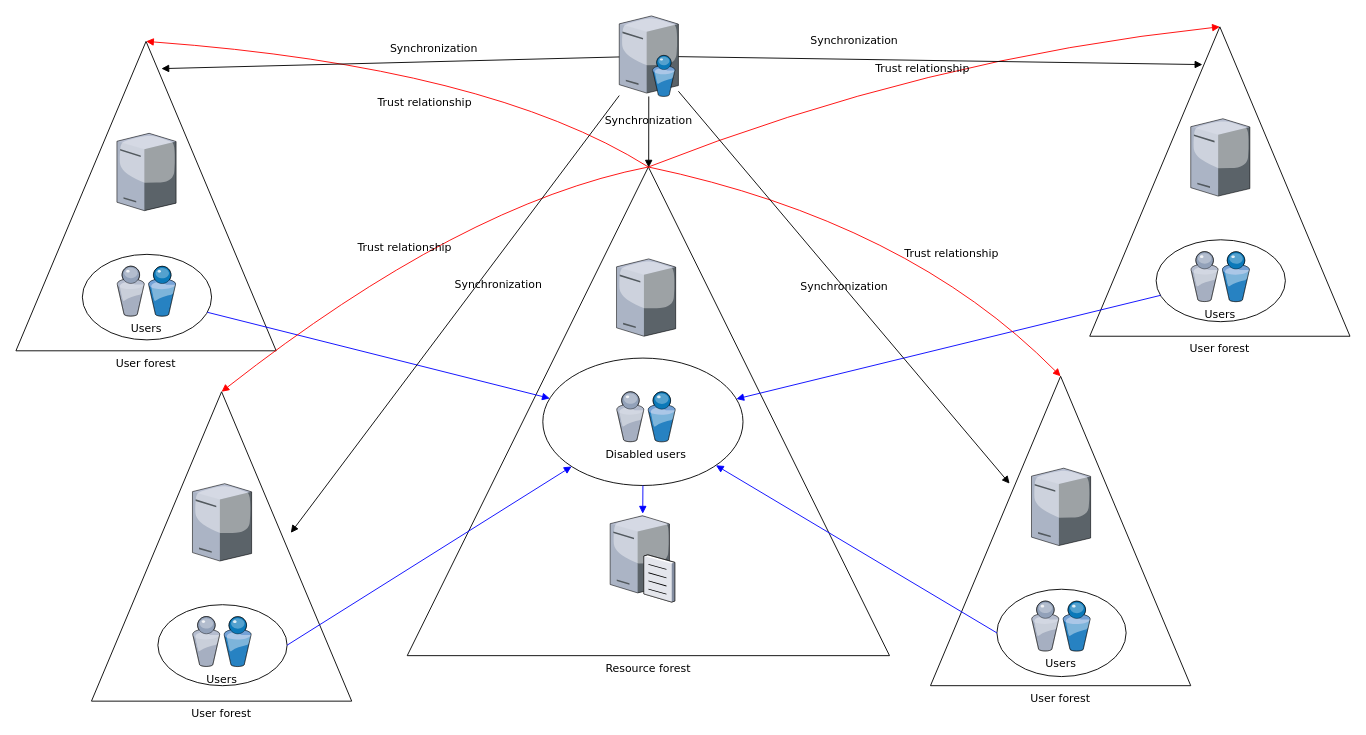
This is Untitled Diagram.drawio from Wang007X/draw, a draw.io file, before an edit. Source tidied: cells renumbered, new cells numbered last; positions are measured from the earlier drawing's top-left corner, leaving out a move shared by most shapes. Both pictures are drawn from the tidied source at 91%, with x=0, y=0 at pixel (15, 15).
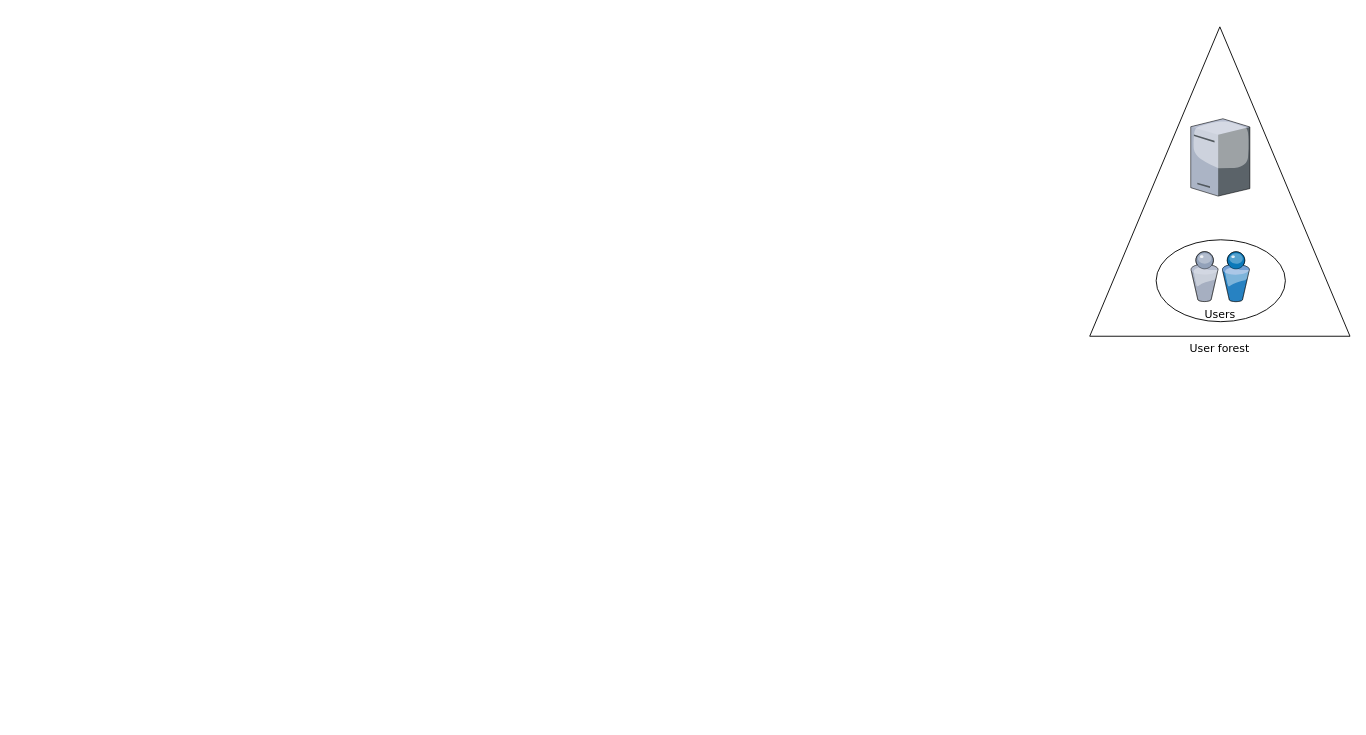
The same page after the edit.

The change refers to these unchanged cells:
```xml
<mxCell id="12" value="User forest" style="triangle;whiteSpace=wrap;html=1;rounded=0;shadow=0;comic=0;strokeWidth=1;fontFamily=Verdana;direction=north;labelPosition=center;verticalLabelPosition=bottom;align=center;verticalAlign=top;" parent="1" vertex="1">
  <mxGeometry x="1180" y="12" width="286" height="340" as="geometry" />
</mxCell>
<mxCell id="13" style="ellipse;whiteSpace=wrap;html=1;rounded=0;shadow=0;comic=0;strokeWidth=1;fontFamily=Verdana;" parent="1" vertex="1">
  <mxGeometry x="1253" y="246" width="142" height="90" as="geometry" />
</mxCell>
```

The edit, as a diff of the source:
```diff
@@
-    <mxCell id="2" value="Resource forest" style="triangle;whiteSpace=wrap;html=1;rounded=0;shadow=0;comic=0;strokeWidth=1;fontFamily=Verdana;direction=north;labelPosition=center;verticalLabelPosition=bottom;align=center;verticalAlign=top;" parent="1" vertex="1">
-      <mxGeometry x="430" y="166" width="530" height="537" as="geometry" />
-    </mxCell>
-    <mxCell id="3" value="User forest" style="triangle;whiteSpace=wrap;html=1;rounded=0;shadow=0;comic=0;strokeWidth=1;fontFamily=Verdana;direction=north;labelPosition=center;verticalLabelPosition=bottom;align=center;verticalAlign=top;" parent="1" vertex="1">
-      <mxGeometry y="28" width="286" height="340" as="geometry" />
-    </mxCell>
-    <mxCell id="4" style="ellipse;whiteSpace=wrap;html=1;rounded=0;shadow=0;comic=0;strokeWidth=1;fontFamily=Verdana;" parent="1" vertex="1">
-      <mxGeometry x="73" y="262" width="142" height="94" as="geometry" />
-    </mxCell>
-    <mxCell id="5" style="verticalLabelPosition=bottom;html=1;verticalAlign=top;strokeColor=none;shape=mxgraph.citrix.directory_server;rounded=0;shadow=0;comic=0;fontFamily=Verdana;" parent="1" vertex="1">
-      <mxGeometry x="663" width="65" height="88.5" as="geometry" />
-    </mxCell>
-    <mxCell id="6" style="verticalLabelPosition=bottom;html=1;verticalAlign=top;strokeColor=none;shape=mxgraph.citrix.file_server;rounded=0;shadow=0;comic=0;fontFamily=Verdana;" parent="1" vertex="1">
-      <mxGeometry x="653" y="547" width="71" height="97" as="geometry" />
-    </mxCell>
-    <mxCell id="7" value="Users" style="verticalLabelPosition=bottom;html=1;verticalAlign=top;strokeColor=none;shape=mxgraph.citrix.users;rounded=0;shadow=0;comic=0;fontFamily=Verdana;" parent="1" vertex="1">
-      <mxGeometry x="111" y="275" width="64.5" height="55" as="geometry" />
-    </mxCell>
-    <mxCell id="8" style="verticalLabelPosition=bottom;html=1;verticalAlign=top;strokeColor=none;shape=mxgraph.citrix.tower_server;rounded=0;shadow=0;comic=0;fontFamily=Verdana;" parent="1" vertex="1">
-      <mxGeometry x="111" y="129" width="65" height="85" as="geometry" />
-    </mxCell>
-    <mxCell id="9" style="ellipse;whiteSpace=wrap;html=1;rounded=0;shadow=0;comic=0;strokeWidth=1;fontFamily=Verdana;" parent="1" vertex="1">
-      <mxGeometry x="579" y="376" width="220" height="140" as="geometry" />
-    </mxCell>
-    <mxCell id="10" value="Disabled users" style="verticalLabelPosition=bottom;html=1;verticalAlign=top;strokeColor=none;shape=mxgraph.citrix.users;rounded=0;shadow=0;comic=0;fontFamily=Verdana;" parent="1" vertex="1">
-      <mxGeometry x="660" y="413" width="64.5" height="55" as="geometry" />
-    </mxCell>
-    <mxCell id="11" style="verticalLabelPosition=bottom;html=1;verticalAlign=top;strokeColor=none;shape=mxgraph.citrix.tower_server;rounded=0;shadow=0;comic=0;fontFamily=Verdana;" parent="1" vertex="1">
-      <mxGeometry x="660" y="267" width="65" height="85" as="geometry" />
-    </mxCell>
@@
-    <mxCell id="16" style="rounded=0;html=1;labelBackgroundColor=none;startArrow=none;startFill=0;endArrow=block;endFill=1;strokeColor=#0000FF;strokeWidth=1;fontFamily=Verdana;fontSize=12;" parent="1" edge="1" source="13" target="9">
-      <mxGeometry relative="1" as="geometry" />
-    </mxCell>
-    <mxCell id="17" style="rounded=0;html=1;labelBackgroundColor=none;startArrow=none;startFill=0;endArrow=block;endFill=1;strokeColor=#0000FF;strokeWidth=1;fontFamily=Verdana;fontSize=12;" parent="1" edge="1" source="4" target="9">
-      <mxGeometry relative="1" as="geometry" />
-    </mxCell>
-    <mxCell id="18" style="edgeStyle=none;rounded=0;html=1;exitX=0.5;exitY=1;labelBackgroundColor=none;startArrow=none;startFill=0;endArrow=block;endFill=1;strokeColor=#0000FF;strokeWidth=1;fontFamily=Verdana;fontSize=12;fontColor=#000000;" parent="1" edge="1" source="9" target="6">
-      <mxGeometry relative="1" as="geometry" />
-    </mxCell>
-    <mxCell id="19" value="Trust relationship" style="html=1;labelBackgroundColor=none;startArrow=none;startFill=0;endArrow=block;endFill=1;strokeColor=#FF0000;strokeWidth=1;fontFamily=Verdana;fontSize=12;entryX=1;entryY=0.5;curved=1;" parent="1" edge="1" target="12">
-      <mxGeometry x="-0.02" y="-10" relative="1" as="geometry">
-        <mxPoint x="695" y="166" as="sourcePoint" />
-        <Array as="points">
-          <mxPoint x="1000" y="46" />
-        </Array>
-      </mxGeometry>
-    </mxCell>
-    <mxCell id="20" value="Trust relationship" style="html=1;entryX=1;entryY=0.5;labelBackgroundColor=none;startArrow=none;startFill=0;endArrow=block;endFill=1;strokeColor=#FF0000;strokeWidth=1;fontFamily=Verdana;fontSize=12;curved=1;" parent="1" edge="1" target="3">
-      <mxGeometry x="-0.06" y="45" relative="1" as="geometry">
-        <mxPoint x="695" y="166" as="sourcePoint" />
-        <Array as="points">
-          <mxPoint x="520" y="56" />
-        </Array>
-      </mxGeometry>
-    </mxCell>
-    <mxCell id="21" value="Synchronization" style="rounded=0;html=1;entryX=0.878;entryY=0.433;entryPerimeter=0;labelBackgroundColor=none;startArrow=none;startFill=0;endArrow=block;endFill=1;strokeWidth=1;fontFamily=Verdana;fontSize=12;" parent="1" edge="1" source="5" target="12">
-      <mxGeometry x="-0.33" y="21" relative="1" as="geometry" />
-    </mxCell>
-    <mxCell id="22" value="Synchronization" style="edgeStyle=none;rounded=0;html=1;labelBackgroundColor=none;startArrow=none;startFill=0;endArrow=block;endFill=1;strokeWidth=1;fontFamily=Verdana;fontSize=12;" parent="1" edge="1" source="5" target="2">
-      <mxGeometry x="-0.3" relative="1" as="geometry" />
-    </mxCell>
-    <mxCell id="23" value="Synchronization" style="edgeStyle=none;rounded=0;html=1;entryX=0.912;entryY=0.559;entryPerimeter=0;labelBackgroundColor=none;startArrow=none;startFill=0;endArrow=block;endFill=1;strokeWidth=1;fontFamily=Verdana;fontSize=12;" parent="1" edge="1" source="5" target="3">
-      <mxGeometry x="-0.19" y="-14" relative="1" as="geometry" />
-    </mxCell>
-    <mxCell id="24" value="User forest" style="triangle;whiteSpace=wrap;html=1;rounded=0;shadow=0;comic=0;strokeWidth=1;fontFamily=Verdana;direction=north;labelPosition=center;verticalLabelPosition=bottom;align=center;verticalAlign=top;" parent="1" vertex="1">
-      <mxGeometry x="83" y="413" width="286" height="340" as="geometry" />
-    </mxCell>
-    <mxCell id="25" style="ellipse;whiteSpace=wrap;html=1;rounded=0;shadow=0;comic=0;strokeWidth=1;fontFamily=Verdana;" parent="1" vertex="1">
-      <mxGeometry x="156" y="647" width="142" height="89" as="geometry" />
-    </mxCell>
-    <mxCell id="26" value="Users" style="verticalLabelPosition=bottom;html=1;verticalAlign=top;strokeColor=none;shape=mxgraph.citrix.users;rounded=0;shadow=0;comic=0;fontFamily=Verdana;" parent="1" vertex="1">
-      <mxGeometry x="194" y="660" width="64.5" height="55" as="geometry" />
-    </mxCell>
-    <mxCell id="27" style="verticalLabelPosition=bottom;html=1;verticalAlign=top;strokeColor=none;shape=mxgraph.citrix.tower_server;rounded=0;shadow=0;comic=0;fontFamily=Verdana;" parent="1" vertex="1">
-      <mxGeometry x="194" y="514" width="65" height="85" as="geometry" />
-    </mxCell>
-    <mxCell id="28" value="User forest" style="triangle;whiteSpace=wrap;html=1;rounded=0;shadow=0;comic=0;strokeWidth=1;fontFamily=Verdana;direction=north;labelPosition=center;verticalLabelPosition=bottom;align=center;verticalAlign=top;" parent="1" vertex="1">
-      <mxGeometry x="1005" y="396" width="286" height="340" as="geometry" />
-    </mxCell>
-    <mxCell id="29" style="ellipse;whiteSpace=wrap;html=1;rounded=0;shadow=0;comic=0;strokeWidth=1;fontFamily=Verdana;" parent="1" vertex="1">
-      <mxGeometry x="1078" y="630" width="142" height="96" as="geometry" />
-    </mxCell>
-    <mxCell id="30" value="Users" style="verticalLabelPosition=bottom;html=1;verticalAlign=top;strokeColor=none;shape=mxgraph.citrix.users;rounded=0;shadow=0;comic=0;fontFamily=Verdana;" parent="1" vertex="1">
-      <mxGeometry x="1116" y="643" width="64.5" height="55" as="geometry" />
-    </mxCell>
-    <mxCell id="31" style="verticalLabelPosition=bottom;html=1;verticalAlign=top;strokeColor=none;shape=mxgraph.citrix.tower_server;rounded=0;shadow=0;comic=0;fontFamily=Verdana;" parent="1" vertex="1">
-      <mxGeometry x="1116" y="497" width="65" height="85" as="geometry" />
-    </mxCell>
-    <mxCell id="32" style="edgeStyle=none;rounded=0;html=1;exitX=1;exitY=0.5;labelBackgroundColor=none;startFill=0;endArrow=block;endFill=1;strokeColor=#0000FF;strokeWidth=1;fontFamily=Verdana;fontSize=12;" parent="1" edge="1" source="25" target="9">
-      <mxGeometry relative="1" as="geometry" />
-    </mxCell>
-    <mxCell id="33" style="edgeStyle=none;rounded=0;html=1;exitX=0;exitY=0.5;labelBackgroundColor=none;startFill=0;endArrow=block;endFill=1;strokeColor=#0000FF;strokeWidth=1;fontFamily=Verdana;fontSize=12;" parent="1" edge="1" source="29" target="9">
-      <mxGeometry relative="1" as="geometry" />
-    </mxCell>
-    <mxCell id="34" value="Trust relationship" style="html=1;exitX=1;exitY=0.5;labelBackgroundColor=none;startFill=0;endArrow=block;endFill=1;strokeColor=#FF0000;strokeWidth=1;fontFamily=Verdana;fontSize=12;entryX=1;entryY=0.5;curved=1;" parent="1" edge="1" source="2" target="24">
-      <mxGeometry x="0.06" relative="1" as="geometry">
-        <Array as="points">
-          <mxPoint x="490" y="206" />
-        </Array>
-      </mxGeometry>
-    </mxCell>
-    <mxCell id="35" value="Trust relationship" style="html=1;exitX=1;exitY=0.5;entryX=1;entryY=0.5;labelBackgroundColor=none;startFill=0;endArrow=block;endFill=1;strokeColor=#FF0000;strokeWidth=1;fontFamily=Verdana;fontSize=12;curved=1;" parent="1" edge="1" source="2" target="28">
-      <mxGeometry x="0.32" y="10" relative="1" as="geometry">
-        <Array as="points">
-          <mxPoint x="980" y="226" />
-        </Array>
-      </mxGeometry>
-    </mxCell>
-    <mxCell id="36" value="Synchronization" style="edgeStyle=none;rounded=0;html=1;entryX=0.653;entryY=0.304;entryPerimeter=0;labelBackgroundColor=none;startFill=0;endArrow=block;endFill=1;strokeWidth=1;fontFamily=Verdana;fontSize=12;" parent="1" edge="1" source="5" target="28">
-      <mxGeometry relative="1" as="geometry" />
-    </mxCell>
-    <mxCell id="37" value="Synchronization" style="edgeStyle=none;rounded=0;html=1;entryX=0.544;entryY=0.766;entryPerimeter=0;labelBackgroundColor=none;startFill=0;endArrow=block;endFill=1;strokeWidth=1;fontFamily=Verdana;fontSize=12;" parent="1" edge="1" source="5" target="24">
-      <mxGeometry x="-0.18" y="19" relative="1" as="geometry" />
-    </mxCell>
```
